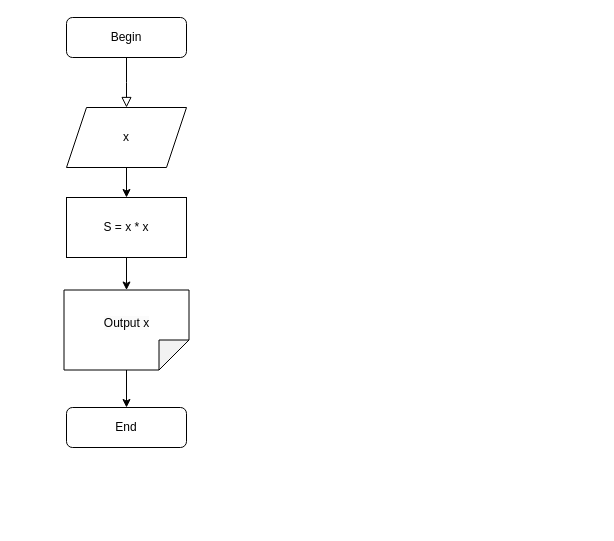
The draw.io diagram page "Page-1" (1 of 9) of Bai2.drawio in NZodasic/Flow_chart_learning, before the edit. Source tidied: cells renumbered, new cells numbered last; positions are measured from the earlier drawing's top-left corner, leaving out a move shared by most shapes. Both pictures are drawn from the tidied source at 100%, with x=0, y=0 at pixel (66, 17).
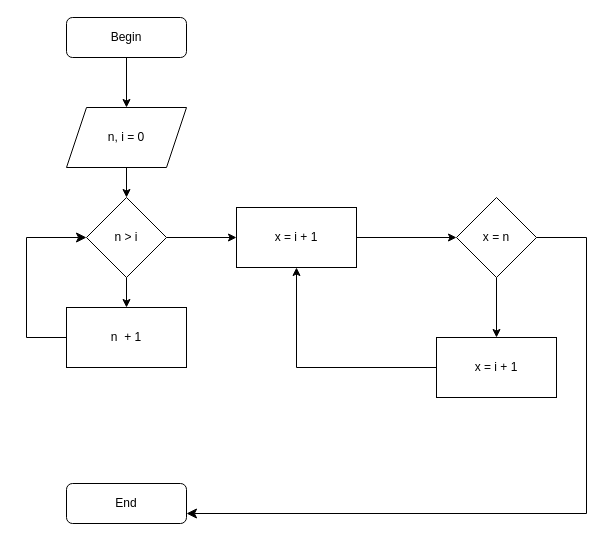
The same page after the edit.

The change refers to these unchanged cells:
```xml
<mxCell id="3" value="Begin" style="rounded=1;whiteSpace=wrap;html=1;fontSize=12;glass=0;strokeWidth=1;shadow=0;" parent="1" vertex="1">
  <mxGeometry width="120" height="40" as="geometry" />
</mxCell>
```

The edit, as a diff of the source:
```diff
@@
-    <mxCell id="2" style="rounded=0;html=1;jettySize=auto;fontSize=11;endArrow=block;endFill=0;endSize=8;strokeWidth=1;shadow=0;labelBackgroundColor=none;edgeStyle=orthogonalEdgeStyle;" parent="1" edge="1" source="3">
-      <mxGeometry relative="1" as="geometry">
-        <mxPoint x="60" y="90" as="targetPoint" />
-      </mxGeometry>
-    </mxCell>
+    <mxCell id="11" style="edgeStyle=orthogonalEdgeStyle;rounded=0;jettySize=auto;html=1;" parent="1" edge="1" source="3" target="13">
+      <mxGeometry relative="1" as="geometry" />
+    </mxCell>
@@
     <mxCell id="4" value="End" style="rounded=1;whiteSpace=wrap;html=1;fontSize=12;glass=0;strokeWidth=1;shadow=0;" parent="1" vertex="1">
-      <mxGeometry y="390" width="120" height="40" as="geometry" />
+      <mxGeometry y="466" width="120" height="40" as="geometry" />
     </mxCell>
-    <mxCell id="5" style="edgeStyle=orthogonalEdgeStyle;rounded=0;jettySize=auto;html=1;exitX=0.5;exitY=1;exitDx=0;exitDy=0;entryX=0.5;entryY=0;entryDx=0;entryDy=0;" parent="1" edge="1" source="6" target="8">
-      <mxGeometry relative="1" as="geometry" />
-    </mxCell>
-    <mxCell id="6" value="x" style="shape=parallelogram;perimeter=parallelogramPerimeter;whiteSpace=wrap;html=1;fixedSize=1;" parent="1" vertex="1">
-      <mxGeometry y="90" width="120" height="60" as="geometry" />
-    </mxCell>
-    <mxCell id="7" style="edgeStyle=orthogonalEdgeStyle;rounded=0;jettySize=auto;html=1;" parent="1" edge="1" source="8" target="10">
-      <mxGeometry relative="1" as="geometry" />
-    </mxCell>
-    <mxCell id="8" value="S = x * x" style="rounded=0;whiteSpace=wrap;html=1;" parent="1" vertex="1">
-      <mxGeometry y="180" width="120" height="60" as="geometry" />
-    </mxCell>
-    <mxCell id="9" style="edgeStyle=orthogonalEdgeStyle;rounded=0;jettySize=auto;html=1;entryX=0.5;entryY=0;entryDx=0;entryDy=0;" parent="1" edge="1" source="10" target="4">
-      <mxGeometry relative="1" as="geometry" />
-    </mxCell>
-    <mxCell id="10" value="&#10;&lt;span style=&quot;color: rgb(0, 0, 0); font-family: Helvetica; font-size: 12px; font-style: normal; font-variant-ligatures: normal; font-variant-caps: normal; font-weight: 400; letter-spacing: normal; orphans: 2; text-align: center; text-indent: 0px; text-transform: none; widows: 2; word-spacing: 0px; -webkit-text-stroke-width: 0px; background-color: rgb(251, 251, 251); text-decoration-thickness: initial; text-decoration-style: initial; text-decoration-color: initial; float: none; display: inline !important;&quot;&gt;Output x&lt;/span&gt;&#10;&#10;" style="shape=note;whiteSpace=wrap;html=1;backgroundOutline=1;darkOpacity=0.05;rotation=90;horizontal=0;" parent="1" vertex="1">
-      <mxGeometry x="20" y="250" width="80" height="125" as="geometry" />
-    </mxCell>
+    <mxCell id="12" style="edgeStyle=orthogonalEdgeStyle;rounded=0;jettySize=auto;html=1;" parent="1" edge="1" source="13" target="16">
+      <mxGeometry relative="1" as="geometry" />
+    </mxCell>
+    <mxCell id="13" value="n, i = 0" style="shape=parallelogram;perimeter=parallelogramPerimeter;whiteSpace=wrap;html=1;fixedSize=1;" parent="1" vertex="1">
+      <mxGeometry y="90" width="120" height="60" as="geometry" />
+    </mxCell>
+    <mxCell id="14" style="edgeStyle=orthogonalEdgeStyle;rounded=0;jettySize=auto;html=1;" parent="1" edge="1" source="16" target="18">
+      <mxGeometry relative="1" as="geometry" />
+    </mxCell>
+    <mxCell id="15" style="edgeStyle=orthogonalEdgeStyle;rounded=0;jettySize=auto;html=1;" parent="1" edge="1" source="16" target="24">
+      <mxGeometry relative="1" as="geometry" />
+    </mxCell>
+    <mxCell id="16" value="n &amp;gt; i" style="rhombus;whiteSpace=wrap;html=1;" parent="1" vertex="1">
+      <mxGeometry x="20" y="180" width="80" height="80" as="geometry" />
+    </mxCell>
+    <mxCell id="17" style="edgeStyle=orthogonalEdgeStyle;rounded=0;jettySize=auto;html=1;" parent="1" edge="1" source="18" target="20">
+      <mxGeometry relative="1" as="geometry" />
+    </mxCell>
+    <mxCell id="18" value="x = i + 1" style="rounded=0;whiteSpace=wrap;html=1;" parent="1" vertex="1">
+      <mxGeometry x="170" y="190" width="120" height="60" as="geometry" />
+    </mxCell>
+    <mxCell id="19" style="edgeStyle=orthogonalEdgeStyle;rounded=0;jettySize=auto;html=1;" parent="1" edge="1" source="20" target="23">
+      <mxGeometry relative="1" as="geometry" />
+    </mxCell>
+    <mxCell id="20" value="x = n" style="rhombus;whiteSpace=wrap;html=1;" parent="1" vertex="1">
+      <mxGeometry x="390" y="180" width="80" height="80" as="geometry" />
+    </mxCell>
+    <mxCell id="21" style="edgeStyle=segmentEdgeStyle;endArrow=classic;html=1;curved=0;rounded=0;endSize=8;startSize=8;entryX=1;entryY=0.75;entryDx=0;entryDy=0;" parent="1" edge="1" target="4">
+      <mxGeometry relative="1" as="geometry">
+        <mxPoint x="470" y="220" as="sourcePoint" />
+        <Array as="points">
+          <mxPoint x="520" y="220" />
+          <mxPoint x="520" y="496" />
+        </Array>
+      </mxGeometry>
+    </mxCell>
+    <mxCell id="22" style="edgeStyle=orthogonalEdgeStyle;rounded=0;jettySize=auto;html=1;entryX=0.5;entryY=1;entryDx=0;entryDy=0;" parent="1" edge="1" source="23" target="18">
+      <mxGeometry relative="1" as="geometry" />
+    </mxCell>
+    <mxCell id="23" value="x = i + 1" style="rounded=0;whiteSpace=wrap;html=1;" parent="1" vertex="1">
+      <mxGeometry x="370" y="320" width="120" height="60" as="geometry" />
+    </mxCell>
+    <mxCell id="24" value="n&amp;nbsp; + 1" style="rounded=0;whiteSpace=wrap;html=1;" parent="1" vertex="1">
+      <mxGeometry y="290" width="120" height="60" as="geometry" />
+    </mxCell>
+    <mxCell id="25" style="edgeStyle=segmentEdgeStyle;endArrow=classic;html=1;curved=0;rounded=0;endSize=8;startSize=8;entryX=0;entryY=0.5;entryDx=0;entryDy=0;exitX=0;exitY=0.5;exitDx=0;exitDy=0;" parent="1" edge="1" source="24" target="16">
+      <mxGeometry relative="1" as="geometry">
+        <Array as="points">
+          <mxPoint x="-40" y="320" />
+          <mxPoint x="-40" y="220" />
+        </Array>
+      </mxGeometry>
+    </mxCell>
```
